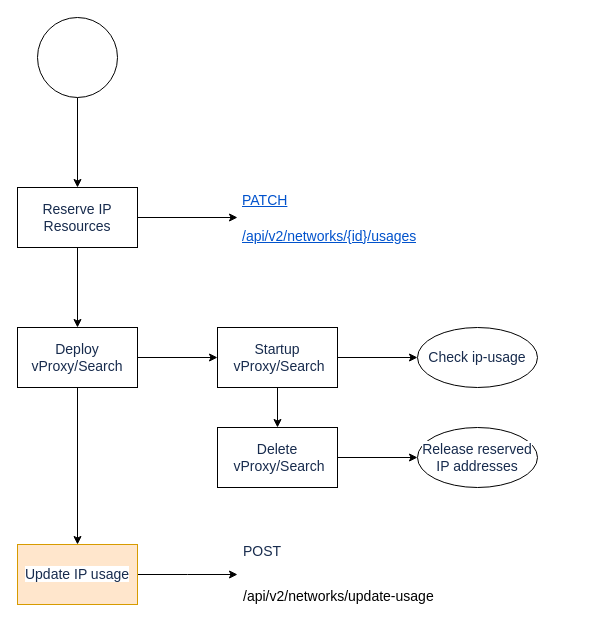
Earlier version of the draw.io diagram page "proxydeploy" (3 of 4) of st/network.drawio (gaivin/drawio). Source tidied: cells renumbered, new cells numbered last; positions are measured from the earlier drawing's top-left corner, leaving out a move shared by most shapes. Both pictures are drawn from the tidied source at 100%, with x=0, y=0 at pixel (17, 17).
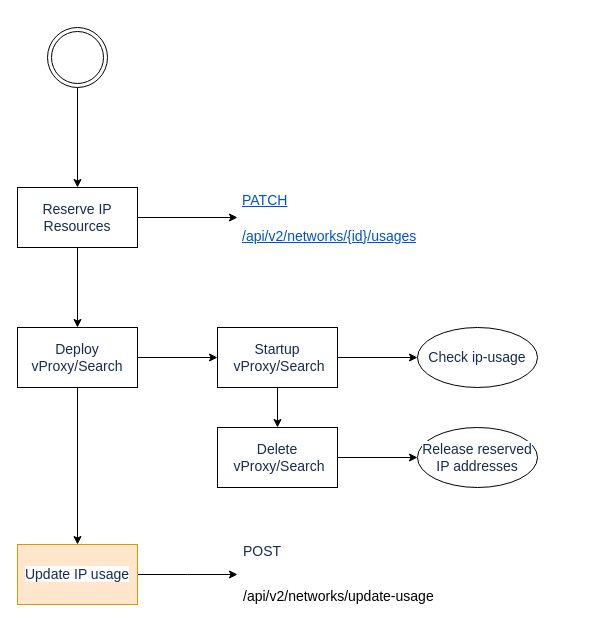
The same diagram, later.

The change refers to these unchanged cells:
```xml
<mxCell id="6" value="&lt;span style=&quot;color: rgb(23 , 43 , 77) ; font-size: 14px ; font-style: normal ; font-weight: 400 ; letter-spacing: normal ; text-align: left ; text-indent: 0px ; text-transform: none ; word-spacing: 0px ; background-color: rgb(255 , 255 , 255) ; display: inline ; float: none&quot;&gt;Reserve IP Resources&lt;/span&gt;" style="whiteSpace=wrap;html=1;" parent="1" vertex="1">
  <mxGeometry y="170" width="120" height="60" as="geometry" />
</mxCell>
```

What changed in the source:
```diff
@@
-    <mxCell id="2" style="edgeStyle=orthogonalEdgeStyle;rounded=0;jettySize=auto;html=1;" parent="1" edge="1" source="3" target="6">
+    <mxCell id="2" style="edgeStyle=orthogonalEdgeStyle;rounded=0;jettySize=auto;html=1;exitX=0.5;exitY=1;exitDx=0;exitDy=0;" parent="1" edge="1" source="21" target="6">
       <mxGeometry relative="1" as="geometry" />
     </mxCell>
-    <mxCell id="3" style="ellipse;whiteSpace=wrap;html=1;" parent="1" vertex="1">
-      <mxGeometry x="20" width="80" height="80" as="geometry" />
-    </mxCell>
@@
+    <mxCell id="21" style="ellipse;shape=doubleEllipse;html=1;dashed=0;whitespace=wrap;" parent="1" vertex="1">
+      <mxGeometry x="30" y="10" width="60" height="60" as="geometry" />
+    </mxCell>
```
